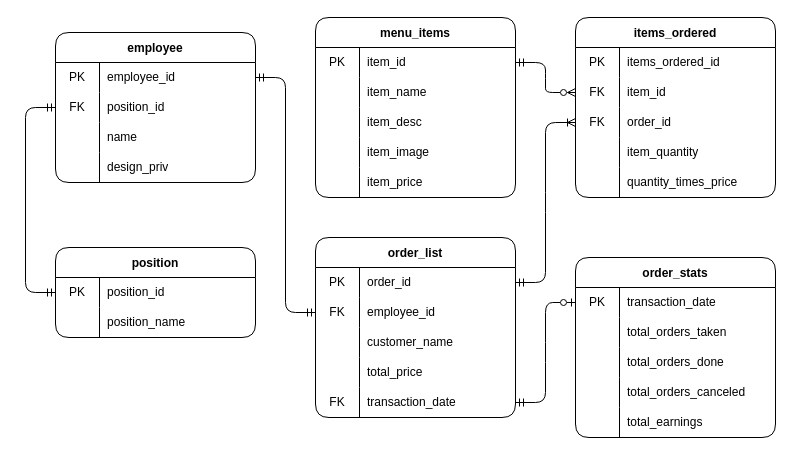
Before: DOCS/Diagrams/ERD Diagram.drawio in alexxGmZ/MenuMaApp, a draw.io diagram. Source tidied: cells renumbered, new cells numbered last; positions are measured from the earlier drawing's top-left corner, leaving out a move shared by most shapes. Both pictures are drawn from the tidied source at 100%, with x=0, y=0 at pixel (25, 17).
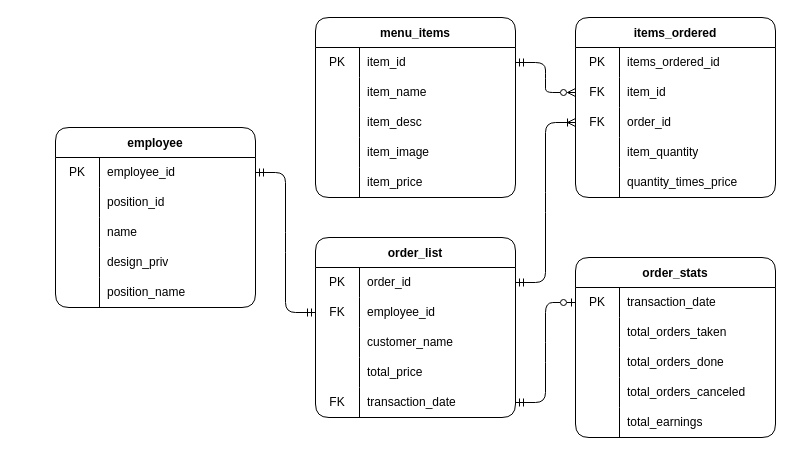
After the change.

Commit message:
updated ERD Diagram

The change refers to these unchanged cells:
```xml
<mxCell id="6" style="shape=tableRow;horizontal=0;startSize=0;swimlaneHead=0;swimlaneBody=0;top=0;left=0;bottom=0;right=0;fillColor=none;points=[[0,0.5],[1,0.5]];portConstraint=eastwest;" parent="2" vertex="1">
  <mxGeometry y="60" width="200" height="30" as="geometry" />
</mxCell>
```

Diff of the diagram source:
```diff
@@
     <mxCell id="2" value="employee" style="shape=table;startSize=30;childLayout=tableLayout;rowLines=0;fontStyle=1;rounded=1;" parent="1" vertex="1">
-      <mxGeometry x="30" y="15" width="200" height="150" as="geometry" />
+      <mxGeometry x="30" y="110" width="200" height="180" as="geometry" />
     </mxCell>
@@
-    <mxCell id="7" value="FK" style="shape=partialRectangle;html=1;whiteSpace=wrap;fillColor=none;top=0;left=0;bottom=0;right=0;overflow=hidden;" parent="6" vertex="1">
+    <mxCell id="7" style="shape=partialRectangle;html=1;whiteSpace=wrap;fillColor=none;top=0;left=0;bottom=0;right=0;overflow=hidden;" parent="6" vertex="1">
       <mxGeometry width="44" height="30" as="geometry" />
     </mxCell>
@@
+    <mxCell id="91" style="shape=tableRow;horizontal=0;startSize=0;swimlaneHead=0;swimlaneBody=0;top=0;left=0;bottom=0;right=0;fillColor=none;" parent="2" vertex="1">
+      <mxGeometry y="150" width="200" height="30" as="geometry" />
+    </mxCell>
+    <mxCell id="70" style="shape=partialRectangle;html=1;whiteSpace=wrap;fillColor=none;top=0;left=0;bottom=0;right=0;overflow=hidden;" parent="91" vertex="1">
+      <mxGeometry width="44" height="30" as="geometry" />
+    </mxCell>
+    <mxCell id="71" value="position_name" style="shape=partialRectangle;html=1;whiteSpace=wrap;fillColor=none;top=0;left=0;bottom=0;right=0;align=left;spacingLeft=6;overflow=hidden;" parent="91" vertex="1">
+      <mxGeometry x="44" width="156" height="30" as="geometry" />
+    </mxCell>
@@
-    <mxCell id="65" value="position" style="shape=table;startSize=30;childLayout=tableLayout;rowLines=0;fontStyle=1;rounded=1;" parent="1" vertex="1">
-      <mxGeometry x="30" y="230" width="200" height="90" as="geometry" />
-    </mxCell>
-    <mxCell id="66" style="shape=tableRow;horizontal=0;startSize=0;swimlaneHead=0;swimlaneBody=0;top=0;left=0;bottom=0;right=0;fillColor=none;points=[[0,0.5],[1,0.5]];portConstraint=eastwest;" parent="65" vertex="1">
-      <mxGeometry y="30" width="200" height="30" as="geometry" />
-    </mxCell>
-    <mxCell id="67" value="PK" style="shape=partialRectangle;html=1;whiteSpace=wrap;fillColor=none;top=0;left=0;bottom=0;right=0;overflow=hidden;" parent="66" vertex="1">
-      <mxGeometry width="44" height="30" as="geometry" />
-    </mxCell>
-    <mxCell id="68" value="position_id" style="shape=partialRectangle;html=1;whiteSpace=wrap;fillColor=none;top=0;left=0;bottom=0;right=0;align=left;spacingLeft=6;overflow=hidden;" parent="66" vertex="1">
-      <mxGeometry x="44" width="156" height="30" as="geometry" />
-    </mxCell>
-    <mxCell id="69" style="shape=tableRow;horizontal=0;startSize=0;swimlaneHead=0;swimlaneBody=0;top=0;left=0;bottom=0;right=0;fillColor=none;" parent="65" vertex="1">
-      <mxGeometry y="60" width="200" height="30" as="geometry" />
-    </mxCell>
-    <mxCell id="70" style="shape=partialRectangle;html=1;whiteSpace=wrap;fillColor=none;top=0;left=0;bottom=0;right=0;overflow=hidden;" parent="69" vertex="1">
-      <mxGeometry width="44" height="30" as="geometry" />
-    </mxCell>
-    <mxCell id="71" value="position_name" style="shape=partialRectangle;html=1;whiteSpace=wrap;fillColor=none;top=0;left=0;bottom=0;right=0;align=left;spacingLeft=6;overflow=hidden;" parent="69" vertex="1">
-      <mxGeometry x="44" width="156" height="30" as="geometry" />
-    </mxCell>
@@
-    <mxCell id="73" style="fontSize=12;html=1;endArrow=ERmandOne;startArrow=ERmandOne;entryX=0;entryY=0.5;entryDx=0;entryDy=0;strokeColor=default;edgeStyle=orthogonalEdgeStyle;exitX=0;exitY=0.5;exitDx=0;exitDy=0;" parent="1" edge="1" source="66" target="6">
-      <mxGeometry relative="1" as="geometry">
-        <Array as="points">
-          <mxPoint y="275" />
-          <mxPoint y="90" />
-        </Array>
-      </mxGeometry>
-    </mxCell>
```
